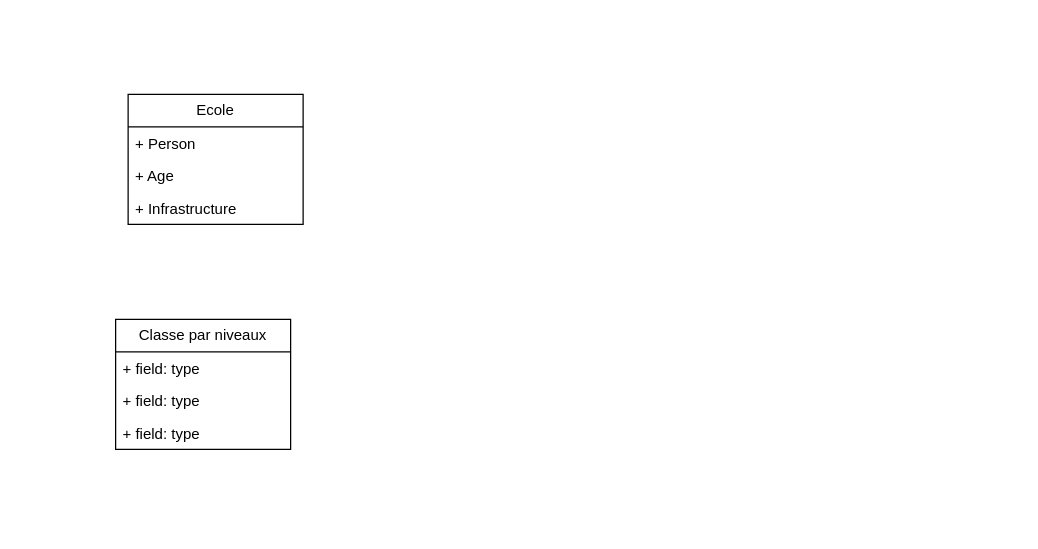
The draw.io diagram gestion_ecole.drawio in johandeschamps/gestion_ecole, before the edit. Source tidied: cells renumbered, new cells numbered last; positions are measured from the earlier drawing's top-left corner, leaving out a move shared by most shapes. Both pictures are drawn from the tidied source at 125%, with x=0, y=0 at pixel (115, 94).
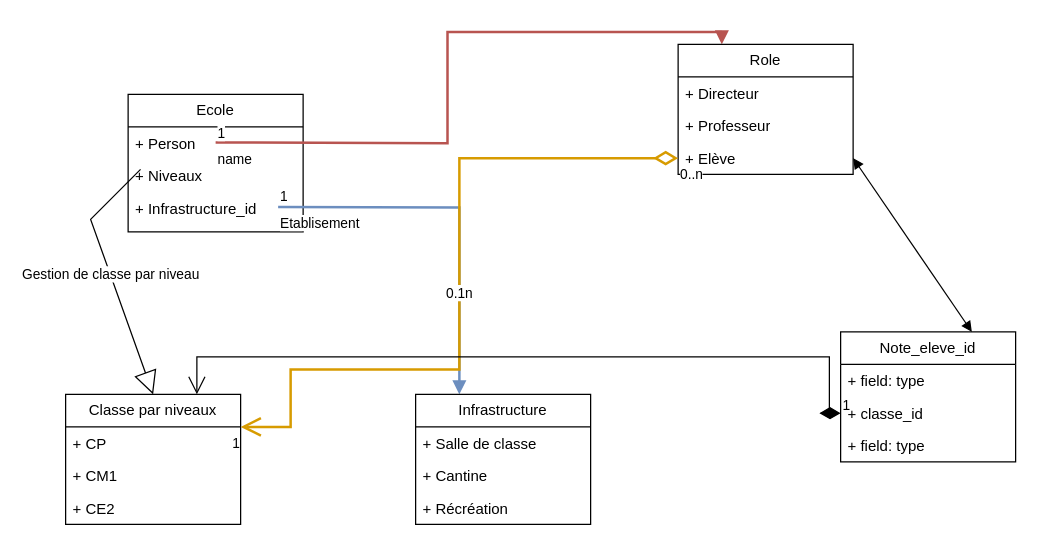
After the change.

Commit message:
Mettre à jour gestion_ecole.drawio

The edit, as a diff of the source:
```diff
@@
     <mxCell id="2" value="Ecole" style="swimlane;fontStyle=0;horizontal=1;startSize=26;fillColor=none;whiteSpace=wrap;html=1;" parent="1" vertex="1">
-      <mxGeometry x="10" width="140" height="104" as="geometry" />
+      <mxGeometry x="10" width="140" height="110" as="geometry" />
     </mxCell>
@@
-    <mxCell id="4" value="+ Age" style="text;strokeColor=none;fillColor=none;align=left;verticalAlign=top;spacingLeft=4;spacingRight=4;overflow=hidden;points=[[0,0.5],[1,0.5]];portConstraint=eastwest;whiteSpace=wrap;html=1;" parent="2" vertex="1">
+    <mxCell id="4" value="+ Niveaux" style="text;strokeColor=none;fillColor=none;align=left;verticalAlign=top;spacingLeft=4;spacingRight=4;overflow=hidden;points=[[0,0.5],[1,0.5]];portConstraint=eastwest;whiteSpace=wrap;html=1;" parent="2" vertex="1">
       <mxGeometry y="52" width="140" height="26" as="geometry" />
     </mxCell>
+    <mxCell id="10" value="name" style="endArrow=block;endFill=1;html=1;edgeStyle=orthogonalEdgeStyle;align=left;verticalAlign=top;rounded=0;entryX=0.25;entryY=0;entryDx=0;entryDy=0;fillColor=#f8cecc;strokeColor=#b85450;strokeWidth=2;" parent="2" edge="1" target="14">
+      <mxGeometry x="-1" relative="1" as="geometry">
+        <mxPoint x="70" y="38.5" as="sourcePoint" />
+      </mxGeometry>
+    </mxCell>
+    <mxCell id="11" value="1" style="edgeLabel;html=1;align=left;verticalAlign=bottom;" parent="10" vertex="1">
+      <mxGeometry x="-1" relative="1" as="geometry" />
+    </mxCell>
+    <mxCell id="12" value="Etablisement" style="endArrow=block;endFill=1;html=1;edgeStyle=orthogonalEdgeStyle;align=left;verticalAlign=top;rounded=0;entryX=0.25;entryY=0;entryDx=0;entryDy=0;strokeWidth=2;fillColor=#dae8fc;strokeColor=#6c8ebf;" parent="2" edge="1" target="18">
+      <mxGeometry x="-1" relative="1" as="geometry">
+        <mxPoint x="120" y="90" as="sourcePoint" />
+      </mxGeometry>
+    </mxCell>
+    <mxCell id="13" value="1" style="edgeLabel;html=1;align=left;verticalAlign=bottom;" parent="12" vertex="1">
+      <mxGeometry x="-1" relative="1" as="geometry" />
+    </mxCell>
-    <mxCell id="5" value="+ Infrastructure" style="text;strokeColor=none;fillColor=none;align=left;verticalAlign=top;spacingLeft=4;spacingRight=4;overflow=hidden;whiteSpace=wrap;html=1;" parent="2" vertex="1">
-      <mxGeometry y="78" width="140" height="26" as="geometry" />
+    <mxCell id="5" value="+ Infrastructure_id&lt;div&gt;&lt;div&gt;&lt;br&gt;&lt;/div&gt;&lt;/div&gt;" style="text;strokeColor=none;fillColor=none;align=left;verticalAlign=top;spacingLeft=4;spacingRight=4;overflow=hidden;whiteSpace=wrap;html=1;" parent="2" vertex="1">
+      <mxGeometry y="78" width="140" height="32" as="geometry" />
     </mxCell>
     <mxCell id="6" value="Classe par niveaux" style="swimlane;fontStyle=0;horizontal=1;startSize=26;fillColor=none;whiteSpace=wrap;html=1;" parent="1" vertex="1">
-      <mxGeometry y="180" width="140" height="104" as="geometry" />
+      <mxGeometry x="-40" y="240" width="140" height="104" as="geometry" />
     </mxCell>
-    <mxCell id="7" value="+ field: type" style="text;strokeColor=none;fillColor=none;align=left;verticalAlign=top;spacingLeft=4;spacingRight=4;overflow=hidden;whiteSpace=wrap;html=1;" parent="6" vertex="1">
+    <mxCell id="7" value="+ CP" style="text;strokeColor=none;fillColor=none;align=left;verticalAlign=top;spacingLeft=4;spacingRight=4;overflow=hidden;whiteSpace=wrap;html=1;" parent="6" vertex="1">
       <mxGeometry y="26" width="140" height="26" as="geometry" />
     </mxCell>
-    <mxCell id="8" value="+ field: type" style="text;strokeColor=none;fillColor=none;align=left;verticalAlign=top;spacingLeft=4;spacingRight=4;overflow=hidden;whiteSpace=wrap;html=1;" parent="6" vertex="1">
+    <mxCell id="8" value="+ CM1" style="text;strokeColor=none;fillColor=none;align=left;verticalAlign=top;spacingLeft=4;spacingRight=4;overflow=hidden;whiteSpace=wrap;html=1;" parent="6" vertex="1">
       <mxGeometry y="52" width="140" height="26" as="geometry" />
     </mxCell>
-    <mxCell id="9" value="+ field: type" style="text;strokeColor=none;fillColor=none;align=left;verticalAlign=top;spacingLeft=4;spacingRight=4;overflow=hidden;whiteSpace=wrap;html=1;" parent="6" vertex="1">
+    <mxCell id="9" value="+ CE2" style="text;strokeColor=none;fillColor=none;align=left;verticalAlign=top;spacingLeft=4;spacingRight=4;overflow=hidden;whiteSpace=wrap;html=1;" parent="6" vertex="1">
       <mxGeometry y="78" width="140" height="26" as="geometry" />
     </mxCell>
+    <mxCell id="14" value="Role" style="swimlane;fontStyle=0;horizontal=1;startSize=26;fillColor=none;whiteSpace=wrap;html=1;" parent="1" vertex="1">
+      <mxGeometry x="450" y="-40" width="140" height="104" as="geometry" />
+    </mxCell>
+    <mxCell id="15" value="+ Directeur" style="text;strokeColor=none;fillColor=none;align=left;verticalAlign=top;spacingLeft=4;spacingRight=4;overflow=hidden;whiteSpace=wrap;html=1;" parent="14" vertex="1">
+      <mxGeometry y="26" width="140" height="26" as="geometry" />
+    </mxCell>
+    <mxCell id="16" value="+ Professeur" style="text;strokeColor=none;fillColor=none;align=left;verticalAlign=top;spacingLeft=4;spacingRight=4;overflow=hidden;whiteSpace=wrap;html=1;" parent="14" vertex="1">
+      <mxGeometry y="52" width="140" height="26" as="geometry" />
+    </mxCell>
+    <mxCell id="17" value="+ Elève" style="text;strokeColor=none;fillColor=none;align=left;verticalAlign=top;spacingLeft=4;spacingRight=4;overflow=hidden;points=[[0,0.5],[1,0.5]];portConstraint=eastwest;whiteSpace=wrap;html=1;" parent="14" vertex="1">
+      <mxGeometry y="78" width="140" height="26" as="geometry" />
+    </mxCell>
+    <mxCell id="18" value="Infrastructure" style="swimlane;fontStyle=0;horizontal=1;startSize=26;fillColor=none;whiteSpace=wrap;html=1;" parent="1" vertex="1">
+      <mxGeometry x="240" y="240" width="140" height="104" as="geometry" />
+    </mxCell>
+    <mxCell id="19" value="+ Salle de classe" style="text;strokeColor=none;fillColor=none;align=left;verticalAlign=top;spacingLeft=4;spacingRight=4;overflow=hidden;whiteSpace=wrap;html=1;" parent="18" vertex="1">
+      <mxGeometry y="26" width="140" height="26" as="geometry" />
+    </mxCell>
+    <mxCell id="20" value="+ Cantine" style="text;strokeColor=none;fillColor=none;align=left;verticalAlign=top;spacingLeft=4;spacingRight=4;overflow=hidden;whiteSpace=wrap;html=1;" parent="18" vertex="1">
+      <mxGeometry y="52" width="140" height="26" as="geometry" />
+    </mxCell>
+    <mxCell id="21" value="+ Récréation" style="text;strokeColor=none;fillColor=none;align=left;verticalAlign=top;spacingLeft=4;spacingRight=4;overflow=hidden;whiteSpace=wrap;html=1;" parent="18" vertex="1">
+      <mxGeometry y="78" width="140" height="26" as="geometry" />
+    </mxCell>
+    <mxCell id="22" value="Gestion de classe par niveau" style="endArrow=block;endSize=16;endFill=0;html=1;rounded=0;exitX=0.071;exitY=0.308;exitDx=0;exitDy=0;exitPerimeter=0;entryX=0.5;entryY=0;entryDx=0;entryDy=0;" parent="1" edge="1" source="4" target="6">
+      <mxGeometry relative="1" as="geometry">
+        <Array as="points">
+          <mxPoint x="-20" y="100" />
+        </Array>
+      </mxGeometry>
+    </mxCell>
+    <mxCell id="23" value="0.1n" style="endArrow=open;html=1;endSize=12;startArrow=diamondThin;startSize=14;startFill=0;edgeStyle=orthogonalEdgeStyle;rounded=0;exitX=0;exitY=0.5;exitDx=0;exitDy=0;entryX=1;entryY=0.25;entryDx=0;entryDy=0;strokeWidth=2;fillColor=#ffe6cc;strokeColor=#d79b00;" parent="1" edge="1" source="17" target="6">
+      <mxGeometry relative="1" as="geometry">
+        <Array as="points">
+          <mxPoint x="275" y="51" />
+          <mxPoint x="275" y="220" />
+          <mxPoint x="140" y="220" />
+          <mxPoint x="140" y="266" />
+        </Array>
+      </mxGeometry>
+    </mxCell>
+    <mxCell id="24" value="0..n" style="edgeLabel;html=1;align=left;verticalAlign=top;" parent="23" vertex="1">
+      <mxGeometry x="-1" relative="1" as="geometry" />
+    </mxCell>
+    <mxCell id="25" value="1" style="edgeLabel;html=1;align=right;verticalAlign=top;" parent="23" vertex="1">
+      <mxGeometry x="1" relative="1" as="geometry" />
+    </mxCell>
+    <mxCell id="26" value="Note_eleve_id" style="swimlane;fontStyle=0;horizontal=1;startSize=26;fillColor=none;whiteSpace=wrap;html=1;" parent="1" vertex="1">
+      <mxGeometry x="580" y="190" width="140" height="104" as="geometry" />
+    </mxCell>
+    <mxCell id="27" value="+ field: type" style="text;strokeColor=none;fillColor=none;align=left;verticalAlign=top;spacingLeft=4;spacingRight=4;overflow=hidden;whiteSpace=wrap;html=1;" parent="26" vertex="1">
+      <mxGeometry y="26" width="140" height="26" as="geometry" />
+    </mxCell>
+    <mxCell id="28" value="+ classe_id" style="text;strokeColor=none;fillColor=none;align=left;verticalAlign=top;spacingLeft=4;spacingRight=4;overflow=hidden;points=[[0,0.5],[1,0.5]];portConstraint=eastwest;whiteSpace=wrap;html=1;" parent="26" vertex="1">
+      <mxGeometry y="52" width="140" height="26" as="geometry" />
+    </mxCell>
+    <mxCell id="29" value="+ field: type" style="text;strokeColor=none;fillColor=none;align=left;verticalAlign=top;spacingLeft=4;spacingRight=4;overflow=hidden;whiteSpace=wrap;html=1;" parent="26" vertex="1">
+      <mxGeometry y="78" width="140" height="26" as="geometry" />
+    </mxCell>
+    <mxCell id="30" style="endArrow=block;startArrow=block;endFill=1;startFill=1;html=1;rounded=0;entryX=0.75;entryY=0;entryDx=0;entryDy=0;exitX=1;exitY=0.5;exitDx=0;exitDy=0;" parent="1" edge="1" source="17" target="26">
+      <mxGeometry relative="1" as="geometry" />
+    </mxCell>
+    <mxCell id="31" value="1" style="endArrow=open;html=1;endSize=12;startArrow=diamondThin;startSize=14;startFill=1;edgeStyle=orthogonalEdgeStyle;align=left;verticalAlign=bottom;rounded=0;entryX=0.75;entryY=0;entryDx=0;entryDy=0;" parent="1" edge="1" source="28" target="6">
+      <mxGeometry x="-1" y="3" relative="1" as="geometry">
+        <Array as="points">
+          <mxPoint x="571" y="210" />
+          <mxPoint x="65" y="210" />
+        </Array>
+      </mxGeometry>
+    </mxCell>
```
